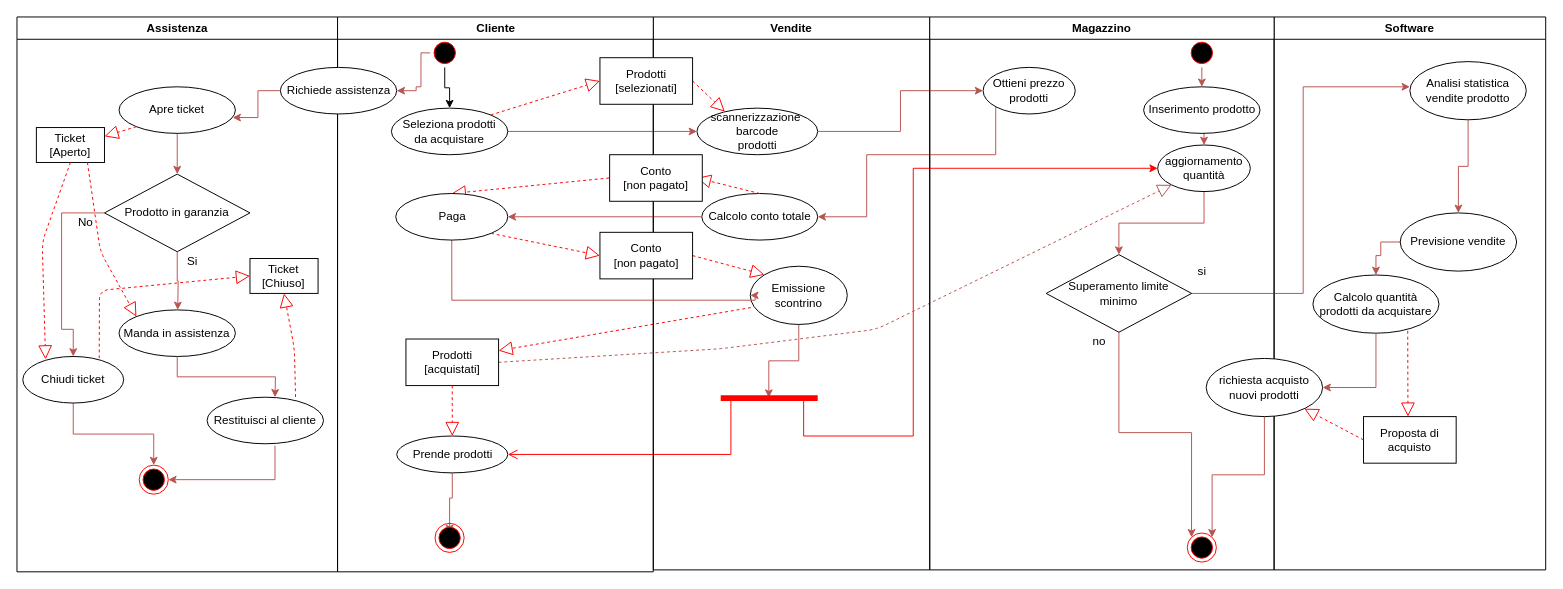
Before: documentazioneRAD/ActivityDiagram/NC09-Activity diagram proposed.drawio in Ciro-Fusco/NewDM, a draw.io diagram. Source tidied: cells renumbered, new cells numbered last; positions are measured from the earlier drawing's top-left corner, leaving out a move shared by most shapes. Both pictures are drawn from the tidied source at 97%, with x=0, y=0 at pixel (16, 16).
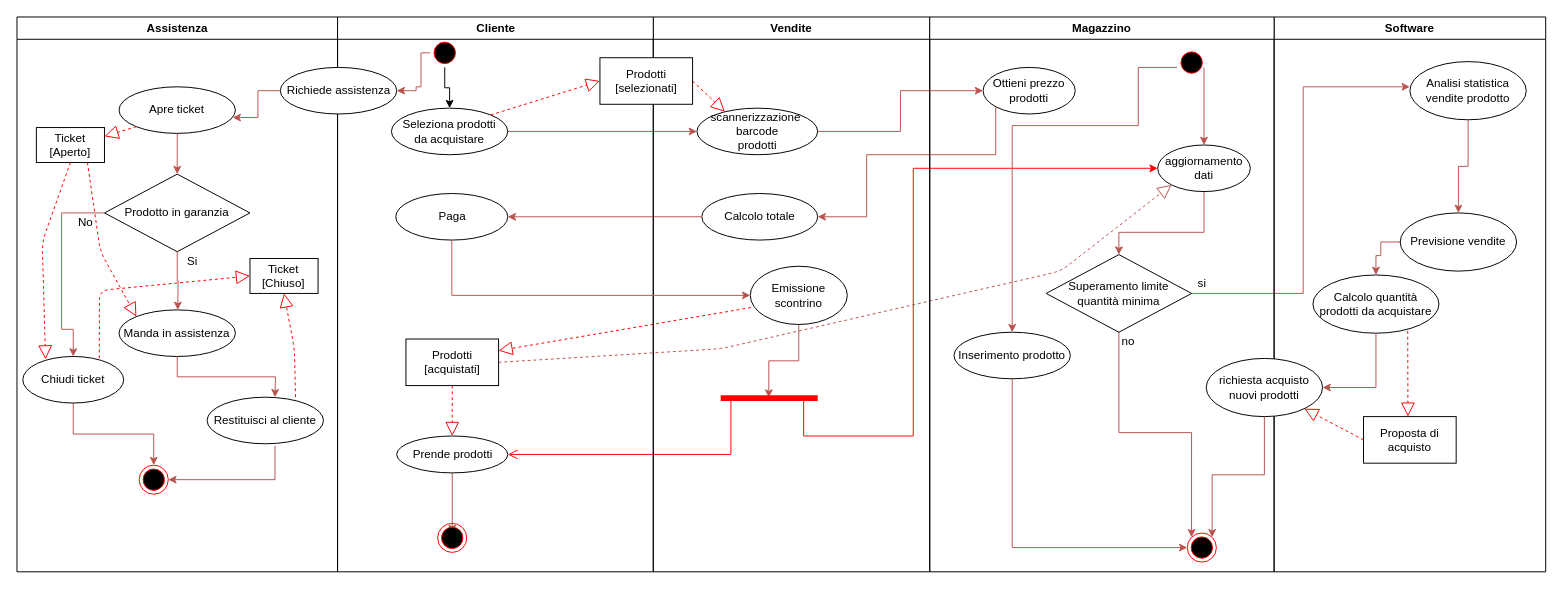
The same diagram, later.

Unchanged cells that the change refers to:
```xml
<mxCell id="6" value="Emissione scontrino" style="ellipse;whiteSpace=wrap;html=1;" parent="2" vertex="1">
  <mxGeometry x="100" y="257" width="100" height="60" as="geometry" />
</mxCell>
<mxCell id="30" style="ellipse;shape=endState;fillColor=#000000;strokeColor=#ff0000;" parent="29" vertex="1">
  <mxGeometry x="265.5" y="532" width="30" height="30" as="geometry" />
</mxCell>
<mxCell id="67" value="Cliente" style="swimlane;whiteSpace=wrap;" parent="1" vertex="1">
  <mxGeometry x="330.5" width="325.5" height="572" as="geometry" />
</mxCell>
<mxCell id="71" value="Paga" style="ellipse;whiteSpace=wrap;html=1;" parent="67" vertex="1">
  <mxGeometry x="60" y="182" width="115.5" height="48" as="geometry" />
</mxCell>
<mxCell id="79" value="Prodotti&lt;br&gt;[acquistati]" style="rounded=0;whiteSpace=wrap;html=1;" parent="67" vertex="1">
  <mxGeometry x="70.5" y="332" width="95.5" height="48" as="geometry" />
</mxCell>
```

Change to the diagram source:
```diff
@@
     <mxCell id="2" value="Vendite" style="swimlane;whiteSpace=wrap;" parent="1" vertex="1">
-      <mxGeometry x="656" width="285" height="570" as="geometry" />
+      <mxGeometry x="656" width="285" height="572" as="geometry" />
     </mxCell>
@@
-    <mxCell id="4" value="Calcolo conto totale" style="ellipse;whiteSpace=wrap;html=1;" parent="2" vertex="1">
+    <mxCell id="4" value="Calcolo totale" style="ellipse;whiteSpace=wrap;html=1;" parent="2" vertex="1">
       <mxGeometry x="50" y="182" width="119.5" height="48" as="geometry" />
     </mxCell>
@@
-    <mxCell id="8" style="endArrow=block;dashed=1;endFill=0;endSize=12;html=1;strokeColor=#FF0000;entryX=1;entryY=0.5;entryDx=0;entryDy=0;exitX=0.5;exitY=0;exitDx=0;exitDy=0;" parent="2" edge="1" source="4">
-      <mxGeometry relative="1" as="geometry">
-        <mxPoint x="45" y="166" as="targetPoint" />
-      </mxGeometry>
-    </mxCell>
@@
-    <mxCell id="11" style="edgeStyle=orthogonalEdgeStyle;rounded=0;jettySize=auto;html=1;entryX=0;entryY=0.5;entryDx=0;entryDy=0;fillColor=#f8cecc;strokeColor=#b85450;" parent="1" edge="1" source="71" target="6">
-      <mxGeometry relative="1" as="geometry">
-        <Array as="points">
-          <mxPoint x="448" y="292" />
-          <mxPoint x="761" y="292" />
-        </Array>
-      </mxGeometry>
-    </mxCell>
@@
     <mxCell id="15" style="endArrow=block;dashed=1;endFill=0;endSize=12;html=1;fillColor=#f8cecc;strokeColor=#b85450;entryX=0;entryY=1;entryDx=0;entryDy=0;exitX=1;exitY=0.5;exitDx=0;exitDy=0;" parent="1" edge="1" source="79" target="32">
       <mxGeometry relative="1" as="geometry">
         <Array as="points">
           <mxPoint x="726" y="342" />
-          <mxPoint x="886" y="322" />
+          <mxPoint x="1076" y="262" />
         </Array>
       </mxGeometry>
     </mxCell>
     <mxCell id="16" value="Software" style="swimlane;whiteSpace=wrap;" parent="1" vertex="1">
-      <mxGeometry x="1296" width="280" height="570" as="geometry" />
+      <mxGeometry x="1296" width="280" height="572" as="geometry" />
     </mxCell>
@@
-    <mxCell id="25" style="endArrow=block;dashed=1;endFill=0;endSize=12;html=1;strokeColor=#FF0000;exitX=0;exitY=0.5;exitDx=0;exitDy=0;entryX=0.5;entryY=0;entryDx=0;entryDy=0;" parent="1" edge="1" target="71">
-      <mxGeometry relative="1" as="geometry">
-        <mxPoint x="610.5" y="166" as="sourcePoint" />
-      </mxGeometry>
-    </mxCell>
-    <mxCell id="26" style="endArrow=block;dashed=1;endFill=0;endSize=12;html=1;strokeColor=#FF0000;entryX=0;entryY=0;entryDx=0;entryDy=0;exitX=1;exitY=0.5;exitDx=0;exitDy=0;" parent="1" edge="1" source="81" target="6">
-      <mxGeometry relative="1" as="geometry" />
-    </mxCell>
@@
     <mxCell id="29" value="Magazzino" style="swimlane;whiteSpace=wrap;" parent="1" vertex="1">
-      <mxGeometry x="941" width="355" height="570" as="geometry" />
+      <mxGeometry x="941" width="355" height="572" as="geometry" />
     </mxCell>
@@
     <mxCell id="31" style="edgeStyle=orthogonalEdgeStyle;rounded=0;jettySize=auto;html=1;entryX=0.5;entryY=0;entryDx=0;entryDy=0;strokeColor=#b85450;fillColor=#f8cecc;" parent="29" edge="1" source="32" target="34">
-      <mxGeometry relative="1" as="geometry" />
+      <mxGeometry relative="1" as="geometry">
+        <Array as="points">
+          <mxPoint x="283" y="222" />
+          <mxPoint x="195" y="222" />
+        </Array>
+      </mxGeometry>
     </mxCell>
-    <mxCell id="32" value="aggiornamento&lt;br&gt;quantità" style="ellipse;whiteSpace=wrap;html=1;" parent="29" vertex="1">
+    <mxCell id="32" value="aggiornamento&lt;br&gt;dati" style="ellipse;whiteSpace=wrap;html=1;" parent="29" vertex="1">
       <mxGeometry x="235" y="132" width="95.5" height="48" as="geometry" />
     </mxCell>
@@
-    <mxCell id="34" value="Superamento limite &lt;br&gt;minimo" style="rhombus;whiteSpace=wrap;html=1;" parent="29" vertex="1">
+    <mxCell id="34" value="Superamento limite &lt;br&gt;quantità minima" style="rhombus;whiteSpace=wrap;html=1;" parent="29" vertex="1">
       <mxGeometry x="120" y="245" width="150" height="80" as="geometry" />
     </mxCell>
     <mxCell id="35" value="si" style="text;html=1;strokeColor=none;fillColor=none;align=center;verticalAlign=middle;whiteSpace=wrap;rounded=0;" parent="29" vertex="1">
-      <mxGeometry x="260.5" y="252" width="40" height="20" as="geometry" />
+      <mxGeometry x="260.5" y="265" width="40" height="20" as="geometry" />
     </mxCell>
     <mxCell id="36" value="no" style="text;html=1;strokeColor=none;fillColor=none;align=center;verticalAlign=middle;whiteSpace=wrap;rounded=0;" parent="29" vertex="1">
-      <mxGeometry x="155" y="325" width="40" height="20" as="geometry" />
+      <mxGeometry x="185" y="325" width="40" height="20" as="geometry" />
     </mxCell>
-    <mxCell id="37" style="edgeStyle=orthogonalEdgeStyle;rounded=0;jettySize=auto;html=1;exitX=0.5;exitY=1;exitDx=0;exitDy=0;entryX=0.5;entryY=0;entryDx=0;entryDy=0;fillColor=#f8cecc;strokeColor=#b85450;" parent="29" edge="1" source="38" target="40">
-      <mxGeometry relative="1" as="geometry" />
+    <mxCell id="37" style="edgeStyle=orthogonalEdgeStyle;rounded=0;jettySize=auto;html=1;entryX=0.5;entryY=0;entryDx=0;entryDy=0;fillColor=#f8cecc;strokeColor=#b85450;" parent="29" edge="1" target="40">
+      <mxGeometry relative="1" as="geometry">
+        <mxPoint x="255" y="52" as="sourcePoint" />
+        <Array as="points">
+          <mxPoint x="215" y="52" />
+          <mxPoint x="215" y="112" />
+          <mxPoint x="85" y="112" />
+        </Array>
+      </mxGeometry>
     </mxCell>
     <mxCell id="38" style="ellipse;shape=startState;fillColor=#000000;strokeColor=#ff0000;" parent="29" vertex="1">
-      <mxGeometry x="265.5" y="22" width="30" height="30" as="geometry" />
+      <mxGeometry x="255" y="32" width="30" height="30" as="geometry" />
     </mxCell>
-    <mxCell id="39" style="edgeStyle=orthogonalEdgeStyle;rounded=0;jettySize=auto;html=1;exitX=0.5;exitY=1;exitDx=0;exitDy=0;entryX=0.5;entryY=0;entryDx=0;entryDy=0;fillColor=#f8cecc;strokeColor=#b85450;" parent="29" edge="1" source="40" target="32">
+    <mxCell id="39" style="edgeStyle=orthogonalEdgeStyle;rounded=0;jettySize=auto;html=1;exitX=0.5;exitY=1;exitDx=0;exitDy=0;entryX=0;entryY=0.5;entryDx=0;entryDy=0;fillColor=#f8cecc;strokeColor=#b85450;" parent="29" edge="1" source="40" target="30">
       <mxGeometry relative="1" as="geometry" />
     </mxCell>
     <mxCell id="40" value="Inserimento prodotto" style="ellipse;whiteSpace=wrap;html=1;" parent="29" vertex="1">
-      <mxGeometry x="220.5" y="72" width="120" height="48" as="geometry" />
+      <mxGeometry x="25" y="325" width="120" height="48" as="geometry" />
     </mxCell>
@@
+    <mxCell id="87" style="edgeStyle=orthogonalEdgeStyle;rounded=0;jettySize=auto;html=1;entryX=0.5;entryY=0;entryDx=0;entryDy=0;fillColor=#f8cecc;strokeColor=#b85450;exitX=0.925;exitY=0.667;exitDx=0;exitDy=0;exitPerimeter=0;" parent="29" edge="1" source="38" target="32">
+      <mxGeometry relative="1" as="geometry" />
+    </mxCell>
@@
     <mxCell id="77" style="ellipse;shape=endState;fillColor=#000000;strokeColor=#ff0000;" parent="67" vertex="1">
-      <mxGeometry x="100.5" y="522" width="30" height="30" as="geometry" />
+      <mxGeometry x="103.2" y="522" width="30" height="30" as="geometry" />
     </mxCell>
-    <mxCell id="78" style="endArrow=block;dashed=1;endFill=0;endSize=12;html=1;strokeColor=#FF0000;entryX=0;entryY=0.5;entryDx=0;entryDy=0;exitX=1;exitY=1;exitDx=0;exitDy=0;" parent="67" edge="1" source="71" target="81">
-      <mxGeometry relative="1" as="geometry" />
-    </mxCell>
@@
-    <mxCell id="81" value="Conto&lt;br&gt;[non pagato]" style="rounded=0;whiteSpace=wrap;html=1;" parent="67" vertex="1">
-      <mxGeometry x="270.5" y="222" width="95.5" height="48" as="geometry" />
-    </mxCell>
-    <mxCell id="82" value="Conto&lt;br&gt;[non pagato]" style="rounded=0;whiteSpace=wrap;html=1;" parent="67" vertex="1">
-      <mxGeometry x="280.5" y="142" width="95.5" height="48" as="geometry" />
-    </mxCell>
@@
+    <mxCell id="11" style="edgeStyle=orthogonalEdgeStyle;rounded=0;jettySize=auto;html=1;entryX=0;entryY=0.5;entryDx=0;entryDy=0;fillColor=#f8cecc;strokeColor=#b85450;exitX=0.5;exitY=1;exitDx=0;exitDy=0;" parent="1" edge="1" source="71" target="6">
+      <mxGeometry relative="1" as="geometry" />
+    </mxCell>
```
